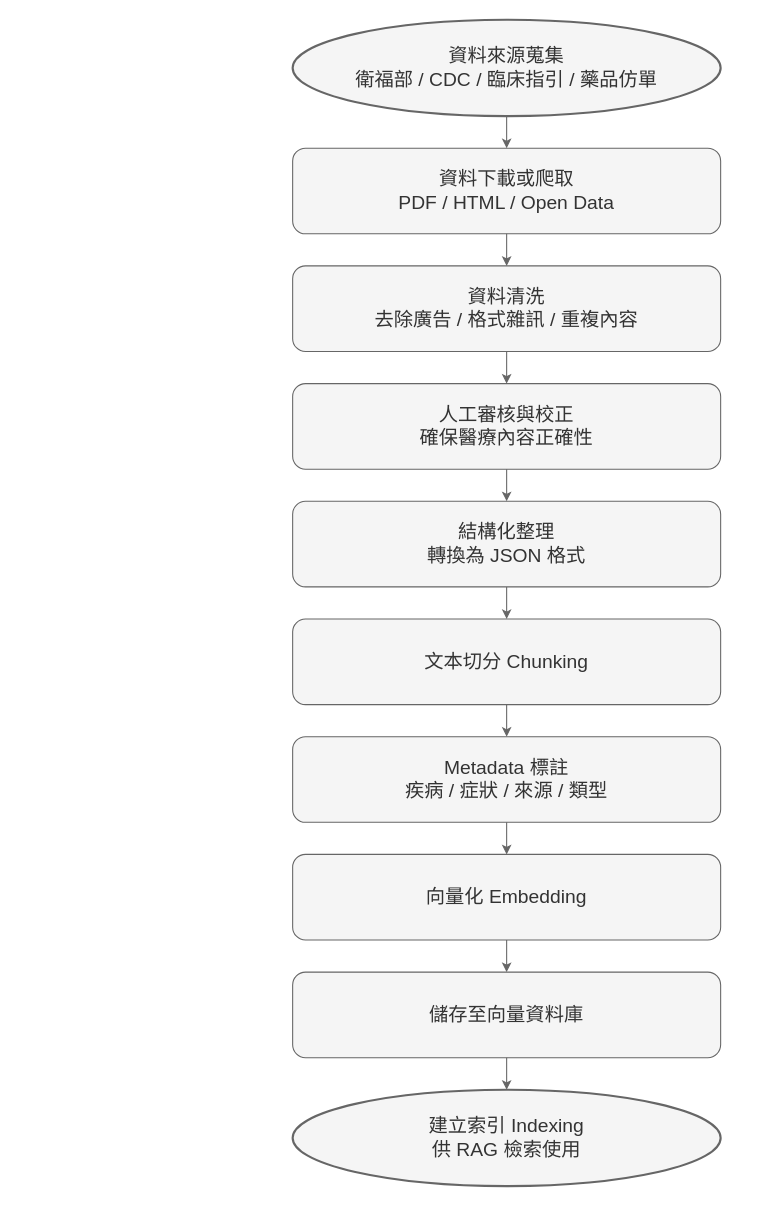
Before: images/流程圖/rag_knowledge_build.drawio in Yanagi-0912/Health-Info-System-Documents, a draw.io diagram. Source tidied: cells renumbered, new cells numbered last; positions are measured from the earlier drawing's top-left corner, leaving out a move shared by most shapes. Both pictures are drawn from the tidied source at 107%, with x=0, y=0 at pixel (292, 19).
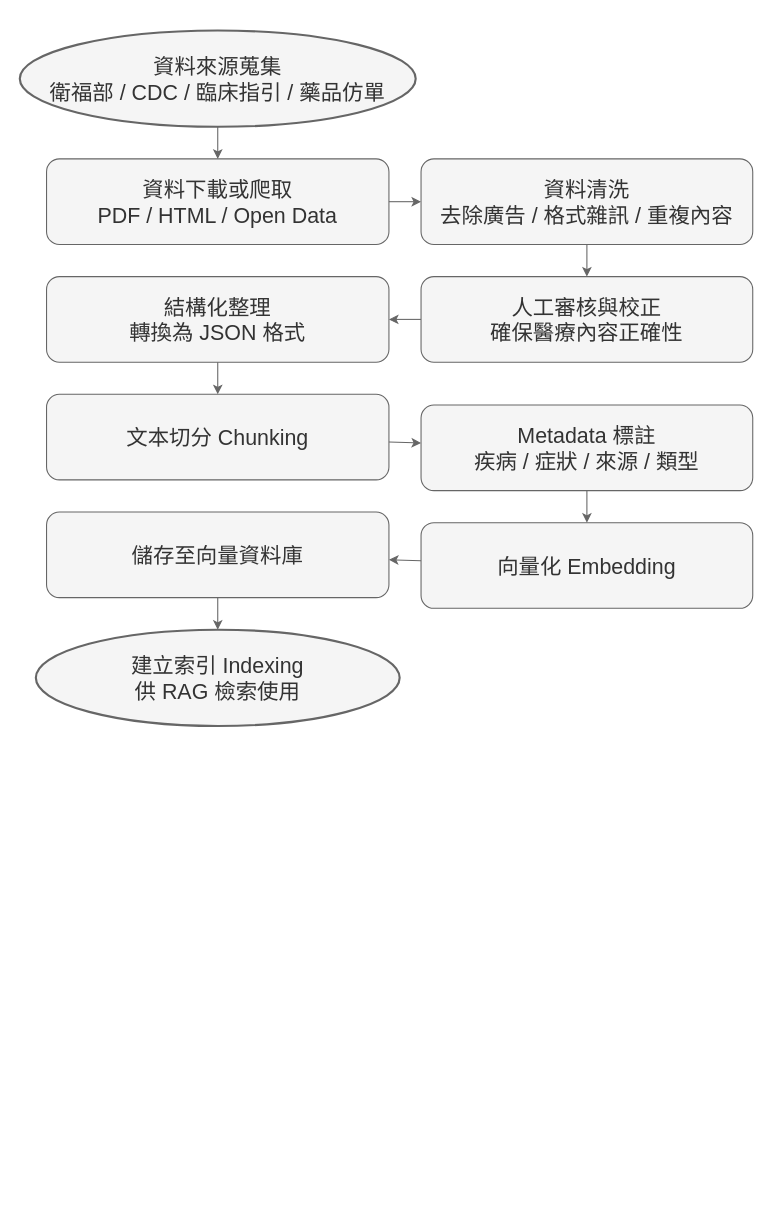
The same page after the edit.

Change to the diagram source:
```diff
@@
-    <mxCell id="2" value="資料來源蒐集&#10;衛福部 / CDC / 臨床指引 / 藥品仿單" style="ellipse;whiteSpace=wrap;html=1;strokeWidth=2;fillColor=#f5f5f5;fontColor=#333333;strokeColor=#666666;fontSize=18;" parent="1" vertex="1">
-      <mxGeometry width="400" height="90" as="geometry" />
+    <mxCell id="2" value="資料來源蒐集&#10;衛福部 / CDC / 臨床指引 / 藥品仿單" style="ellipse;whiteSpace=wrap;html=1;strokeWidth=2;fillColor=#f5f5f5;fontColor=#333333;strokeColor=#666666;fontSize=20;" parent="1" vertex="1">
+      <mxGeometry x="-255" y="10" width="370" height="90" as="geometry" />
     </mxCell>
-    <mxCell id="3" value="資料下載或爬取&#10;PDF / HTML / Open Data" style="rounded=1;whiteSpace=wrap;html=1;fillColor=#f5f5f5;fontColor=#333333;strokeColor=#666666;fontSize=18;" parent="1" vertex="1">
-      <mxGeometry y="120" width="400" height="80" as="geometry" />
+    <mxCell id="3" value="資料下載或爬取&#10;PDF / HTML / Open Data" style="rounded=1;whiteSpace=wrap;html=1;fillColor=#f5f5f5;fontColor=#333333;strokeColor=#666666;fontSize=20;" parent="1" vertex="1">
+      <mxGeometry x="-230" y="130" width="320" height="80" as="geometry" />
     </mxCell>
-    <mxCell id="4" value="資料清洗&#10;去除廣告 / 格式雜訊 / 重複內容" style="rounded=1;whiteSpace=wrap;html=1;fillColor=#f5f5f5;fontColor=#333333;strokeColor=#666666;fontSize=18;" parent="1" vertex="1">
-      <mxGeometry y="230" width="400" height="80" as="geometry" />
+    <mxCell id="4" value="資料清洗&#10;去除廣告 / 格式雜訊 / 重複內容" style="rounded=1;whiteSpace=wrap;html=1;fillColor=#f5f5f5;fontColor=#333333;strokeColor=#666666;fontSize=20;" parent="1" vertex="1">
+      <mxGeometry x="120" y="130" width="310" height="80" as="geometry" />
     </mxCell>
-    <mxCell id="5" value="人工審核與校正&#10;確保醫療內容正確性" style="rounded=1;whiteSpace=wrap;html=1;fillColor=#f5f5f5;fontColor=#333333;strokeColor=#666666;fontSize=18;" parent="1" vertex="1">
-      <mxGeometry y="340" width="400" height="80" as="geometry" />
+    <mxCell id="5" value="人工審核與校正&#10;確保醫療內容正確性" style="rounded=1;whiteSpace=wrap;html=1;fillColor=#f5f5f5;fontColor=#333333;strokeColor=#666666;fontSize=20;" parent="1" vertex="1">
+      <mxGeometry x="120" y="240" width="310" height="80" as="geometry" />
     </mxCell>
-    <mxCell id="6" value="結構化整理&#10;轉換為 JSON 格式" style="rounded=1;whiteSpace=wrap;html=1;fillColor=#f5f5f5;fontColor=#333333;strokeColor=#666666;fontSize=18;" parent="1" vertex="1">
-      <mxGeometry y="450" width="400" height="80" as="geometry" />
+    <mxCell id="6" value="結構化整理&#10;轉換為 JSON 格式" style="rounded=1;whiteSpace=wrap;html=1;fillColor=#f5f5f5;fontColor=#333333;strokeColor=#666666;fontSize=20;" parent="1" vertex="1">
+      <mxGeometry x="-230" y="240" width="320" height="80" as="geometry" />
     </mxCell>
-    <mxCell id="7" value="文本切分 Chunking" style="rounded=1;whiteSpace=wrap;html=1;fillColor=#f5f5f5;fontColor=#333333;strokeColor=#666666;fontSize=18;" parent="1" vertex="1">
-      <mxGeometry y="560" width="400" height="80" as="geometry" />
+    <mxCell id="7" value="文本切分 Chunking" style="rounded=1;whiteSpace=wrap;html=1;fillColor=#f5f5f5;fontColor=#333333;strokeColor=#666666;fontSize=20;" parent="1" vertex="1">
+      <mxGeometry x="-230" y="350" width="320" height="80" as="geometry" />
     </mxCell>
-    <mxCell id="8" value="Metadata 標註&#10;疾病 / 症狀 / 來源 / 類型" style="rounded=1;whiteSpace=wrap;html=1;fillColor=#f5f5f5;fontColor=#333333;strokeColor=#666666;fontSize=18;" parent="1" vertex="1">
-      <mxGeometry y="670" width="400" height="80" as="geometry" />
+    <mxCell id="8" value="Metadata 標註&#10;疾病 / 症狀 / 來源 / 類型" style="rounded=1;whiteSpace=wrap;html=1;fillColor=#f5f5f5;fontColor=#333333;strokeColor=#666666;fontSize=20;" parent="1" vertex="1">
+      <mxGeometry x="120" y="360" width="310" height="80" as="geometry" />
     </mxCell>
-    <mxCell id="9" value="向量化 Embedding" style="rounded=1;whiteSpace=wrap;html=1;fillColor=#f5f5f5;fontColor=#333333;strokeColor=#666666;fontSize=18;" parent="1" vertex="1">
-      <mxGeometry y="780" width="400" height="80" as="geometry" />
+    <mxCell id="9" value="向量化 Embedding" style="rounded=1;whiteSpace=wrap;html=1;fillColor=#f5f5f5;fontColor=#333333;strokeColor=#666666;fontSize=20;" parent="1" vertex="1">
+      <mxGeometry x="120" y="470" width="310" height="80" as="geometry" />
     </mxCell>
-    <mxCell id="10" value="儲存至向量資料庫" style="rounded=1;whiteSpace=wrap;html=1;fillColor=#f5f5f5;fontColor=#333333;strokeColor=#666666;fontSize=18;" parent="1" vertex="1">
-      <mxGeometry y="890" width="400" height="80" as="geometry" />
+    <mxCell id="10" value="儲存至向量資料庫" style="rounded=1;whiteSpace=wrap;html=1;fillColor=#f5f5f5;fontColor=#333333;strokeColor=#666666;fontSize=20;" parent="1" vertex="1">
+      <mxGeometry x="-230" y="460" width="320" height="80" as="geometry" />
     </mxCell>
-    <mxCell id="11" value="建立索引 Indexing&#10;供 RAG 檢索使用" style="ellipse;whiteSpace=wrap;html=1;strokeWidth=2;fillColor=#f5f5f5;fontColor=#333333;strokeColor=#666666;fontSize=18;" parent="1" vertex="1">
-      <mxGeometry y="1000" width="400" height="90" as="geometry" />
+    <mxCell id="11" value="建立索引 Indexing&#10;供 RAG 檢索使用" style="ellipse;whiteSpace=wrap;html=1;strokeWidth=2;fillColor=#f5f5f5;fontColor=#333333;strokeColor=#666666;fontSize=20;" parent="1" vertex="1">
+      <mxGeometry x="-240" y="570" width="340" height="90" as="geometry" />
     </mxCell>
-    <mxCell id="12" style="fillColor=#f5f5f5;strokeColor=#666666;fontSize=18;" parent="1" edge="1" source="2" target="3">
+    <mxCell id="12" style="fillColor=#f5f5f5;strokeColor=#666666;fontSize=20;" parent="1" edge="1" source="2" target="3">
       <mxGeometry relative="1" as="geometry" />
     </mxCell>
-    <mxCell id="13" style="fillColor=#f5f5f5;strokeColor=#666666;fontSize=18;" parent="1" edge="1" source="3" target="4">
+    <mxCell id="13" style="fillColor=#f5f5f5;strokeColor=#666666;fontSize=20;" parent="1" edge="1" source="3" target="4">
       <mxGeometry relative="1" as="geometry" />
     </mxCell>
-    <mxCell id="14" style="fillColor=#f5f5f5;strokeColor=#666666;fontSize=18;" parent="1" edge="1" source="4" target="5">
+    <mxCell id="14" style="fillColor=#f5f5f5;strokeColor=#666666;fontSize=20;" parent="1" edge="1" source="4" target="5">
       <mxGeometry relative="1" as="geometry" />
     </mxCell>
-    <mxCell id="15" style="fillColor=#f5f5f5;strokeColor=#666666;fontSize=18;" parent="1" edge="1" source="5" target="6">
+    <mxCell id="15" style="fillColor=#f5f5f5;strokeColor=#666666;fontSize=20;" parent="1" edge="1" source="5" target="6">
       <mxGeometry relative="1" as="geometry" />
     </mxCell>
-    <mxCell id="16" style="fillColor=#f5f5f5;strokeColor=#666666;fontSize=18;" parent="1" edge="1" source="6" target="7">
+    <mxCell id="16" style="fillColor=#f5f5f5;strokeColor=#666666;fontSize=20;" parent="1" edge="1" source="6" target="7">
       <mxGeometry relative="1" as="geometry" />
     </mxCell>
-    <mxCell id="17" style="fillColor=#f5f5f5;strokeColor=#666666;fontSize=18;" parent="1" edge="1" source="7" target="8">
+    <mxCell id="17" style="fillColor=#f5f5f5;strokeColor=#666666;fontSize=20;" parent="1" edge="1" source="7" target="8">
       <mxGeometry relative="1" as="geometry" />
     </mxCell>
-    <mxCell id="18" style="fillColor=#f5f5f5;strokeColor=#666666;fontSize=18;" parent="1" edge="1" source="8" target="9">
+    <mxCell id="18" style="fillColor=#f5f5f5;strokeColor=#666666;fontSize=20;" parent="1" edge="1" source="8" target="9">
       <mxGeometry relative="1" as="geometry" />
     </mxCell>
-    <mxCell id="19" style="fillColor=#f5f5f5;strokeColor=#666666;fontSize=18;" parent="1" edge="1" source="9" target="10">
+    <mxCell id="19" style="fillColor=#f5f5f5;strokeColor=#666666;fontSize=20;" parent="1" edge="1" source="9" target="10">
       <mxGeometry relative="1" as="geometry" />
     </mxCell>
-    <mxCell id="20" style="fillColor=#f5f5f5;strokeColor=#666666;fontSize=18;" parent="1" edge="1" source="10" target="11">
+    <mxCell id="20" style="fillColor=#f5f5f5;strokeColor=#666666;fontSize=20;" parent="1" edge="1" source="10" target="11">
       <mxGeometry relative="1" as="geometry" />
     </mxCell>
```
